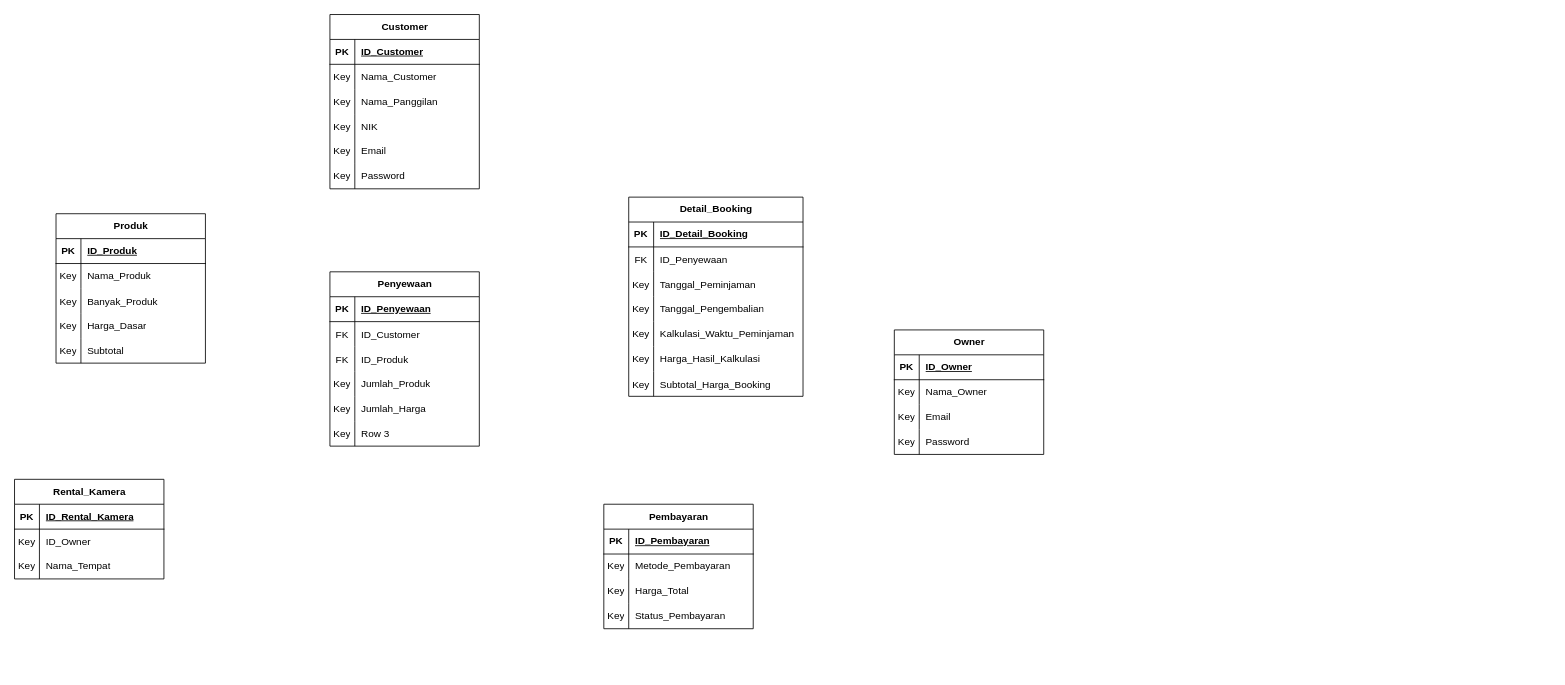
King-Ag-Jv/Project-Atrem keeps this draw.io diagram as sistem-rental-kamera.drawio. Above is the earlier version. Source tidied: cells renumbered, new cells numbered last; positions are measured from the earlier drawing's top-left corner, leaving out a move shared by most shapes. Both pictures are drawn from the tidied source at 83%, with x=0, y=0 at pixel (14, 14).
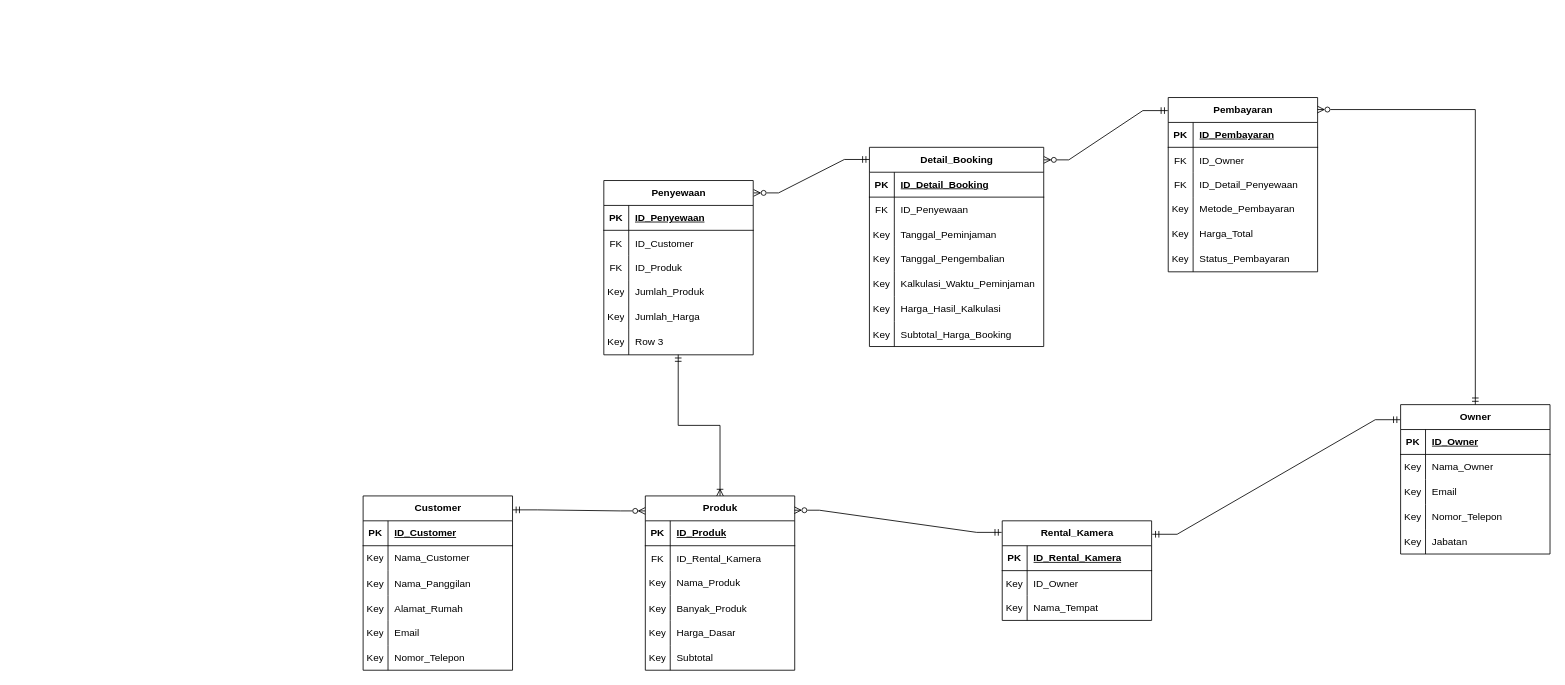
After the change.

Unchanged cells that the change refers to:
```xml
<mxCell id="34" style="shape=tableRow;horizontal=0;startSize=0;swimlaneHead=0;swimlaneBody=0;fillColor=none;points=[[0,0.5],[1,0.5]];portConstraint=eastwest;top=0;left=0;right=0;bottom=0;" parent="18" vertex="1">
  <mxGeometry y="180" width="180" height="30" as="geometry" />
</mxCell>
<mxCell id="47" style="shape=tableRow;horizontal=0;startSize=0;swimlaneHead=0;swimlaneBody=0;fillColor=none;top=0;left=0;right=0;bottom=0;" parent="37" vertex="1">
  <mxGeometry y="120" width="180" height="30" as="geometry" />
</mxCell>
<mxCell id="60" style="shape=tableRow;horizontal=0;startSize=0;swimlaneHead=0;swimlaneBody=0;fillColor=none;top=0;left=0;right=0;bottom=0;" parent="50" vertex="1">
  <mxGeometry y="120" width="180" height="30" as="geometry" />
</mxCell>
<mxCell id="66" style="shape=tableRow;horizontal=0;startSize=0;swimlaneHead=0;swimlaneBody=0;fillColor=none;top=0;left=0;right=0;bottom=0;" parent="50" vertex="1">
  <mxGeometry y="180" width="180" height="30" as="geometry" />
</mxCell>
```

Diff of the diagram source:
```diff
@@
     <mxCell id="2" value="Produk" style="shape=table;startSize=30;childLayout=tableLayout;rowLines=0;fontStyle=1;align=center;html=1;" parent="1" vertex="1">
-      <mxGeometry x="50" y="240" width="180" height="180" as="geometry" />
+      <mxGeometry x="760" y="580" width="180" height="210" as="geometry" />
     </mxCell>
@@
+    <mxCell id="114" style="shape=tableRow;horizontal=0;startSize=0;swimlaneHead=0;swimlaneBody=0;fillColor=none;top=0;left=0;right=0;bottom=0;" parent="2" vertex="1">
+      <mxGeometry y="60" width="180" height="30" as="geometry" />
+    </mxCell>
+    <mxCell id="115" value="FK" style="shape=partialRectangle;fillColor=none;top=0;left=0;bottom=0;right=0;overflow=hidden;" parent="114" vertex="1">
+      <mxGeometry width="30" height="30" as="geometry" />
+    </mxCell>
+    <mxCell id="116" value="ID_Rental_Kamera" style="shape=partialRectangle;fillColor=none;top=0;left=0;bottom=0;right=0;align=left;spacingLeft=6;overflow=hidden;" parent="114" vertex="1">
+      <mxGeometry x="30" width="150" height="30" as="geometry" />
+    </mxCell>
     <mxCell id="6" style="shape=tableRow;horizontal=0;startSize=0;swimlaneHead=0;swimlaneBody=0;fillColor=none;top=0;left=0;right=0;bottom=0;" parent="2" vertex="1">
-      <mxGeometry y="60" width="180" height="30" as="geometry" />
+      <mxGeometry y="90" width="180" height="30" as="geometry" />
     </mxCell>
@@
     <mxCell id="9" style="shape=tableRow;horizontal=0;startSize=0;swimlaneHead=0;swimlaneBody=0;fillColor=none;top=0;left=0;right=0;bottom=0;" parent="2" vertex="1">
-      <mxGeometry y="90" width="180" height="30" as="geometry" />
+      <mxGeometry y="120" width="180" height="30" as="geometry" />
     </mxCell>
@@
     <mxCell id="12" style="shape=tableRow;horizontal=0;startSize=0;swimlaneHead=0;swimlaneBody=0;fillColor=none;top=0;left=0;right=0;bottom=0;" parent="2" vertex="1">
-      <mxGeometry y="120" width="180" height="30" as="geometry" />
+      <mxGeometry y="150" width="180" height="30" as="geometry" />
     </mxCell>
@@
     <mxCell id="15" style="shape=tableRow;horizontal=0;startSize=0;swimlaneHead=0;swimlaneBody=0;fillColor=none;top=0;left=0;right=0;bottom=0;" parent="2" vertex="1">
-      <mxGeometry y="150" width="180" height="30" as="geometry" />
+      <mxGeometry y="180" width="180" height="30" as="geometry" />
     </mxCell>
@@
     <mxCell id="18" value="Penyewaan" style="shape=table;startSize=30;childLayout=tableLayout;rowLines=0;fontStyle=1;align=center;html=1;" parent="1" vertex="1">
-      <mxGeometry x="380" y="310" width="180" height="210" as="geometry" />
+      <mxGeometry x="710" y="200" width="180" height="210" as="geometry" />
     </mxCell>
@@
     <mxCell id="37" value="Owner" style="shape=table;startSize=30;childLayout=tableLayout;rowLines=0;fontStyle=1;align=center;html=1;" parent="1" vertex="1">
-      <mxGeometry x="1060" y="380" width="180" height="150" as="geometry" />
+      <mxGeometry x="1670" y="470" width="180" height="180" as="geometry" />
     </mxCell>
@@
-    <mxCell id="49" value="Password" style="shape=partialRectangle;fillColor=none;top=0;left=0;bottom=0;right=0;align=left;spacingLeft=6;overflow=hidden;whiteSpace=wrap;html=1;" parent="47" vertex="1">
+    <mxCell id="49" value="Nomor_Telepon" style="shape=partialRectangle;fillColor=none;top=0;left=0;bottom=0;right=0;align=left;spacingLeft=6;overflow=hidden;whiteSpace=wrap;html=1;" parent="47" vertex="1">
       <mxGeometry x="30" width="150" height="30" as="geometry" />
     </mxCell>
+    <mxCell id="117" style="shape=tableRow;horizontal=0;startSize=0;swimlaneHead=0;swimlaneBody=0;fillColor=none;top=0;left=0;right=0;bottom=0;" parent="37" vertex="1">
+      <mxGeometry y="150" width="180" height="30" as="geometry" />
+    </mxCell>
+    <mxCell id="118" value="Key" style="shape=partialRectangle;fillColor=none;top=0;left=0;bottom=0;right=0;overflow=hidden;" parent="117" vertex="1">
+      <mxGeometry width="30" height="30" as="geometry" />
+    </mxCell>
+    <mxCell id="119" value="Jabatan" style="shape=partialRectangle;fillColor=none;top=0;left=0;bottom=0;right=0;align=left;spacingLeft=6;overflow=hidden;" parent="117" vertex="1">
+      <mxGeometry x="30" width="150" height="30" as="geometry" />
+    </mxCell>
     <mxCell id="50" value="Customer" style="shape=table;startSize=30;childLayout=tableLayout;rowLines=0;fontStyle=1;align=center;html=1;" parent="1" vertex="1">
-      <mxGeometry x="380" width="180" height="210" as="geometry" />
+      <mxGeometry x="420" y="580" width="180" height="210" as="geometry" />
     </mxCell>
@@
-    <mxCell id="62" value="NIK" style="shape=partialRectangle;fillColor=none;top=0;left=0;bottom=0;right=0;align=left;spacingLeft=6;overflow=hidden;" parent="60" vertex="1">
+    <mxCell id="62" value="Alamat_Rumah" style="shape=partialRectangle;fillColor=none;top=0;left=0;bottom=0;right=0;align=left;spacingLeft=6;overflow=hidden;" parent="60" vertex="1">
       <mxGeometry x="30" width="150" height="30" as="geometry" />
     </mxCell>
@@
-    <mxCell id="68" value="Password" style="shape=partialRectangle;fillColor=none;top=0;left=0;bottom=0;right=0;align=left;spacingLeft=6;overflow=hidden;whiteSpace=wrap;html=1;" parent="66" vertex="1">
+    <mxCell id="68" value="Nomor_Telepon" style="shape=partialRectangle;fillColor=none;top=0;left=0;bottom=0;right=0;align=left;spacingLeft=6;overflow=hidden;whiteSpace=wrap;html=1;" parent="66" vertex="1">
       <mxGeometry x="30" width="150" height="30" as="geometry" />
     </mxCell>
     <mxCell id="69" value="Pembayaran" style="shape=table;startSize=30;childLayout=tableLayout;rowLines=0;fontStyle=1;align=center;html=1;" parent="1" vertex="1">
-      <mxGeometry x="710" y="590" width="180" height="150" as="geometry" />
+      <mxGeometry x="1390" y="100" width="180" height="210" as="geometry" />
     </mxCell>
@@
+    <mxCell id="120" style="shape=tableRow;horizontal=0;startSize=0;swimlaneHead=0;swimlaneBody=0;fillColor=none;top=0;left=0;right=0;bottom=0;" parent="69" vertex="1">
+      <mxGeometry y="60" width="180" height="30" as="geometry" />
+    </mxCell>
+    <mxCell id="121" value="FK" style="shape=partialRectangle;fillColor=none;top=0;left=0;bottom=0;right=0;overflow=hidden;" parent="120" vertex="1">
+      <mxGeometry width="30" height="30" as="geometry" />
+    </mxCell>
+    <mxCell id="122" value="ID_Owner" style="shape=partialRectangle;fillColor=none;top=0;left=0;bottom=0;right=0;align=left;spacingLeft=6;overflow=hidden;" parent="120" vertex="1">
+      <mxGeometry x="30" width="150" height="30" as="geometry" />
+    </mxCell>
+    <mxCell id="123" style="shape=tableRow;horizontal=0;startSize=0;swimlaneHead=0;swimlaneBody=0;fillColor=none;top=0;left=0;right=0;bottom=0;" parent="69" vertex="1">
+      <mxGeometry y="90" width="180" height="30" as="geometry" />
+    </mxCell>
+    <mxCell id="124" value="FK" style="shape=partialRectangle;fillColor=none;top=0;left=0;bottom=0;right=0;overflow=hidden;" parent="123" vertex="1">
+      <mxGeometry width="30" height="30" as="geometry" />
+    </mxCell>
+    <mxCell id="125" value="ID_Detail_Penyewaan" style="shape=partialRectangle;fillColor=none;top=0;left=0;bottom=0;right=0;align=left;spacingLeft=6;overflow=hidden;" parent="123" vertex="1">
+      <mxGeometry x="30" width="150" height="30" as="geometry" />
+    </mxCell>
     <mxCell id="73" style="shape=tableRow;horizontal=0;startSize=0;swimlaneHead=0;swimlaneBody=0;fillColor=none;top=0;left=0;right=0;bottom=0;" parent="69" vertex="1">
-      <mxGeometry y="60" width="180" height="30" as="geometry" />
+      <mxGeometry y="120" width="180" height="30" as="geometry" />
     </mxCell>
@@
     <mxCell id="76" style="shape=tableRow;horizontal=0;startSize=0;swimlaneHead=0;swimlaneBody=0;fillColor=none;top=0;left=0;right=0;bottom=0;" parent="69" vertex="1">
-      <mxGeometry y="90" width="180" height="30" as="geometry" />
+      <mxGeometry y="150" width="180" height="30" as="geometry" />
     </mxCell>
@@
     <mxCell id="79" style="shape=tableRow;horizontal=0;startSize=0;swimlaneHead=0;swimlaneBody=0;fillColor=none;top=0;left=0;right=0;bottom=0;" parent="69" vertex="1">
-      <mxGeometry y="120" width="180" height="30" as="geometry" />
+      <mxGeometry y="180" width="180" height="30" as="geometry" />
     </mxCell>
@@
     <mxCell id="82" value="Detail_Booking" style="shape=table;startSize=30;childLayout=tableLayout;rowLines=0;fontStyle=1;align=center;html=1;" parent="1" vertex="1">
-      <mxGeometry x="740" y="220" width="210" height="240" as="geometry" />
+      <mxGeometry x="1030" y="160" width="210" height="240" as="geometry" />
     </mxCell>
@@
     <mxCell id="104" value="Rental_Kamera" style="shape=table;startSize=30;childLayout=tableLayout;rowLines=0;fontStyle=1;align=center;html=1;" parent="1" vertex="1">
-      <mxGeometry y="560" width="180" height="120" as="geometry" />
+      <mxGeometry x="1190" y="610" width="180" height="120" as="geometry" />
     </mxCell>
@@
+    <mxCell id="126" style="edgeStyle=entityRelationEdgeStyle;fontSize=12;html=1;endArrow=ERmandOne;endFill=0;rounded=0;startArrow=ERzeroToMany;startFill=0;entryX=-0.004;entryY=0.116;entryDx=0;entryDy=0;entryPerimeter=0;exitX=0.998;exitY=0.082;exitDx=0;exitDy=0;exitPerimeter=0;" parent="1" edge="1" source="2" target="104">
+      <mxGeometry relative="1" as="geometry" />
+    </mxCell>
+    <mxCell id="127" style="edgeStyle=entityRelationEdgeStyle;fontSize=12;html=1;endArrow=ERmandOne;endFill=0;rounded=0;startArrow=ERmandOne;startFill=0;entryX=-0.003;entryY=0.101;entryDx=0;entryDy=0;entryPerimeter=0;exitX=1.004;exitY=0.135;exitDx=0;exitDy=0;exitPerimeter=0;" parent="1" edge="1" source="104" target="37">
+      <mxGeometry relative="1" as="geometry" />
+    </mxCell>
+    <mxCell id="128" style="edgeStyle=entityRelationEdgeStyle;fontSize=12;html=1;endArrow=ERmandOne;endFill=0;rounded=0;startArrow=ERzeroToMany;startFill=0;entryX=-0.001;entryY=0.061;entryDx=0;entryDy=0;entryPerimeter=0;exitX=1.003;exitY=0.071;exitDx=0;exitDy=0;exitPerimeter=0;" parent="1" edge="1" source="18" target="82">
+      <mxGeometry relative="1" as="geometry" />
+    </mxCell>
+    <mxCell id="129" style="edgeStyle=orthogonalEdgeStyle;fontSize=12;html=1;endArrow=ERmandOne;endFill=0;rounded=0;startArrow=ERoneToMany;startFill=0;entryX=0.498;entryY=0.994;entryDx=0;entryDy=0;entryPerimeter=0;exitX=0.5;exitY=0;exitDx=0;exitDy=0;" parent="1" edge="1" source="2" target="34">
+      <mxGeometry relative="1" as="geometry" />
+    </mxCell>
+    <mxCell id="130" style="edgeStyle=entityRelationEdgeStyle;fontSize=12;html=1;endArrow=ERmandOne;endFill=0;rounded=0;startArrow=ERzeroToMany;startFill=0;exitX=1.001;exitY=0.063;exitDx=0;exitDy=0;exitPerimeter=0;entryX=-0.003;entryY=0.075;entryDx=0;entryDy=0;entryPerimeter=0;" parent="1" edge="1" source="82" target="69">
+      <mxGeometry relative="1" as="geometry" />
+    </mxCell>
+    <mxCell id="131" style="edgeStyle=orthogonalEdgeStyle;fontSize=12;html=1;endArrow=ERmandOne;endFill=0;rounded=0;startArrow=ERzeroToMany;startFill=0;entryX=0.5;entryY=0;entryDx=0;entryDy=0;exitX=0.999;exitY=0.069;exitDx=0;exitDy=0;exitPerimeter=0;" parent="1" edge="1" source="69" target="37">
+      <mxGeometry relative="1" as="geometry" />
+    </mxCell>
+    <mxCell id="132" style="edgeStyle=entityRelationEdgeStyle;fontSize=12;html=1;endArrow=ERzeroToMany;endFill=0;rounded=0;startArrow=ERmandOne;startFill=0;entryX=-0.001;entryY=0.086;entryDx=0;entryDy=0;entryPerimeter=0;exitX=1.002;exitY=0.08;exitDx=0;exitDy=0;exitPerimeter=0;" parent="1" edge="1" source="50" target="2">
+      <mxGeometry relative="1" as="geometry" />
+    </mxCell>
```
